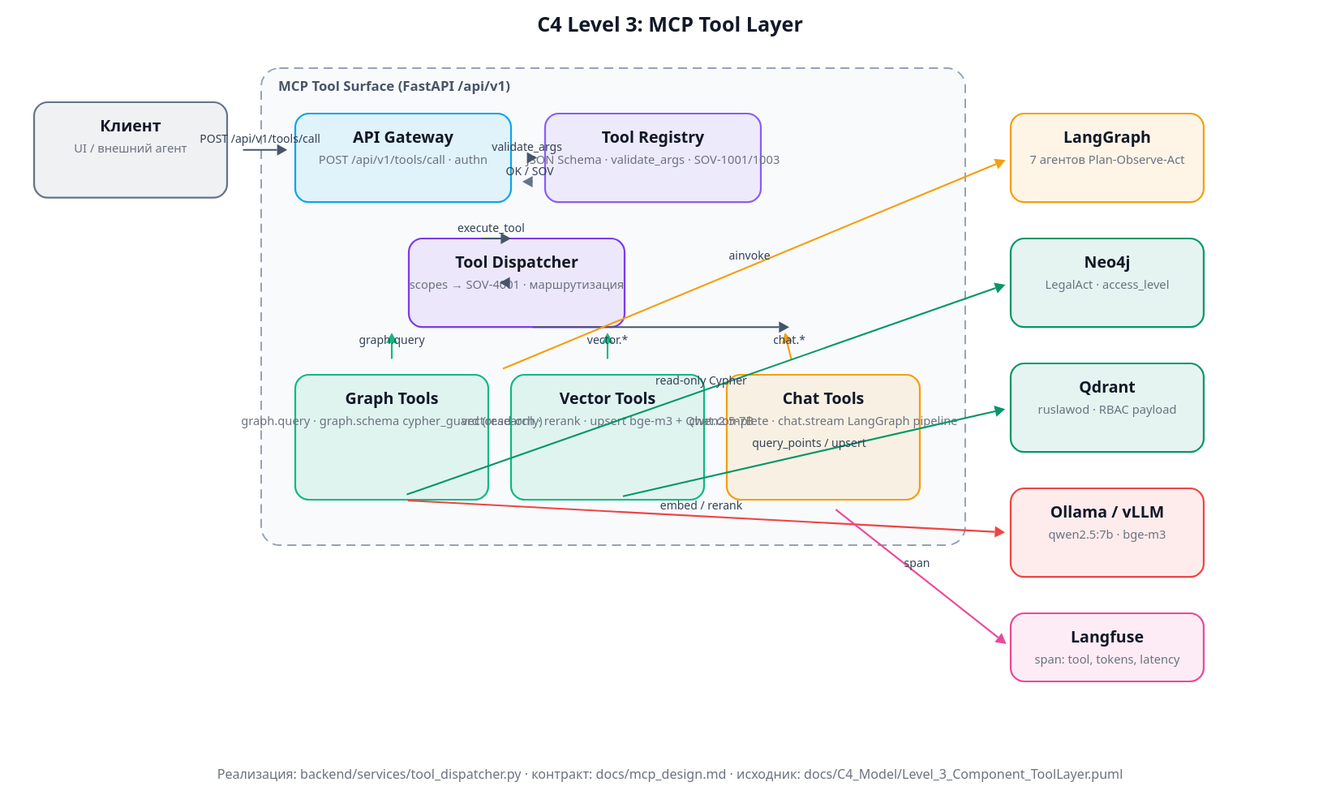
Above: docs/C4_Model/Level_3_Component_ToolLayer.svg in NikGeekB2001/Sovereign-AI-Analyst (PlantUML), before the change. Its source is kept beside it as docs/C4_Model/level_3_component_toollayer.puml. Its diagram source:
```plantuml
@startuml
!includeurl https://raw.githubusercontent.com/plantuml-stdlib/C4-PlantUML/master/C4_Component.puml


title C4 Level 3: MCP Tool Layer — вызов инструментов

skinparam linetype ortho
skinparam {
    ArrowColor #555
    ArrowThickness 1.5
    ArrowFontColor #333
    RectangleBorderColor #2563eb
    RectangleFontColor #333
}


Person(client, "Клиент", "UI / внешний агент (MCP)")
System_Ext(obs, "Langfuse", "Observability (span: tool, tokens, latency, error_code)")


Container_Boundary(toolLayer, "MCP Tool Surface (FastAPI /api/v1)") {

    Component(api, "API Gateway", "FastAPI", "POST /api/v1/tools/call; аутентификация X-API-Key -> роль (переходно: user_role в теле)")

    Component(registry, "Tool Registry", "tool_registry.py", "Каталог инструментов + JSON Schema; validate_args -> SOV-1001/SOV-1003")

    Component(dispatcher, "Tool Dispatcher", "tool_dispatcher.py", "Проверка scopes по роли -> SOV-4001; маршрутизация; единая обёртка результата")

    Component(graphTools, "Graph Tools", "graph.query / graph.schema", "read-only Cypher (cypher_guard) -> Neo4j")

    Component(vectorTools, "Vector Tools", "vector.search / rerank / upsert", "Qdrant + bge-m3 (эмбеддинг), Qwen2.5-7B (реранкер); RBAC-фильтр access_level")

    Component(chatTools, "Chat Tools", "chat.complete / chat.stream", "Полный конвейер LangGraph (Plan-Observe-Act); chat.stream - фаза 3 (SSE)")
}


Container(orchestrator, "LangGraph Orchestrator", "LangGraph", "7 агентов: input_guardrail...output_guardrail")
Container(gdb, "Graph DB", "Neo4j", "LegalAct/Authority/Keyword, access_level на узлах")
Container(vdb, "Vector DB", "Qdrant", "Коллекция ruslawod, payload access_level")
Container(llm, "LLM Serving", "Ollama / vLLM", "qwen2.5:7b (LLM+judge), bge-m3 (эмбеддинги)")


Rel(client, api, "POST /api/v1/tools/call", "tool, arguments, user_role")
Rel(api, registry, "validate_args(tool, args)", "SOV-1001 / SOV-1003")
Rel(api, dispatcher, "execute_tool(tool, args, role)", "scopes -> SOV-4001")
Rel(dispatcher, graphTools, "dispatch", "graph.query / graph.schema")
Rel(dispatcher, vectorTools, "dispatch", "vector.search / rerank / upsert")
Rel(dispatcher, chatTools, "dispatch", "chat.complete / chat.stream")
Rel(graphTools, gdb, "read-only Cypher", "MATCH/RETURN; access_level по роли")
Rel(vectorTools, vdb, "query_points / upsert", "RBAC-фильтр access_level")
Rel(vectorTools, llm, "embed / rerank", "bge-m3 / Qwen2.5-7B")
Rel(chatTools, orchestrator, "ainvoke", "user_query + user_role")
Rel(chatTools, llm, "LLM-вызовы", "planner / synthesize / judge")
Rel(orchestrator, gdb, "tool_executor: Cypher", "read-only")
Rel(orchestrator, vdb, "RAG-fallback", "retriever + reranker")
Rel(api, obs, "span", "tool, tokens, latency_ms, cache_hit, error_code")
@enduml
```
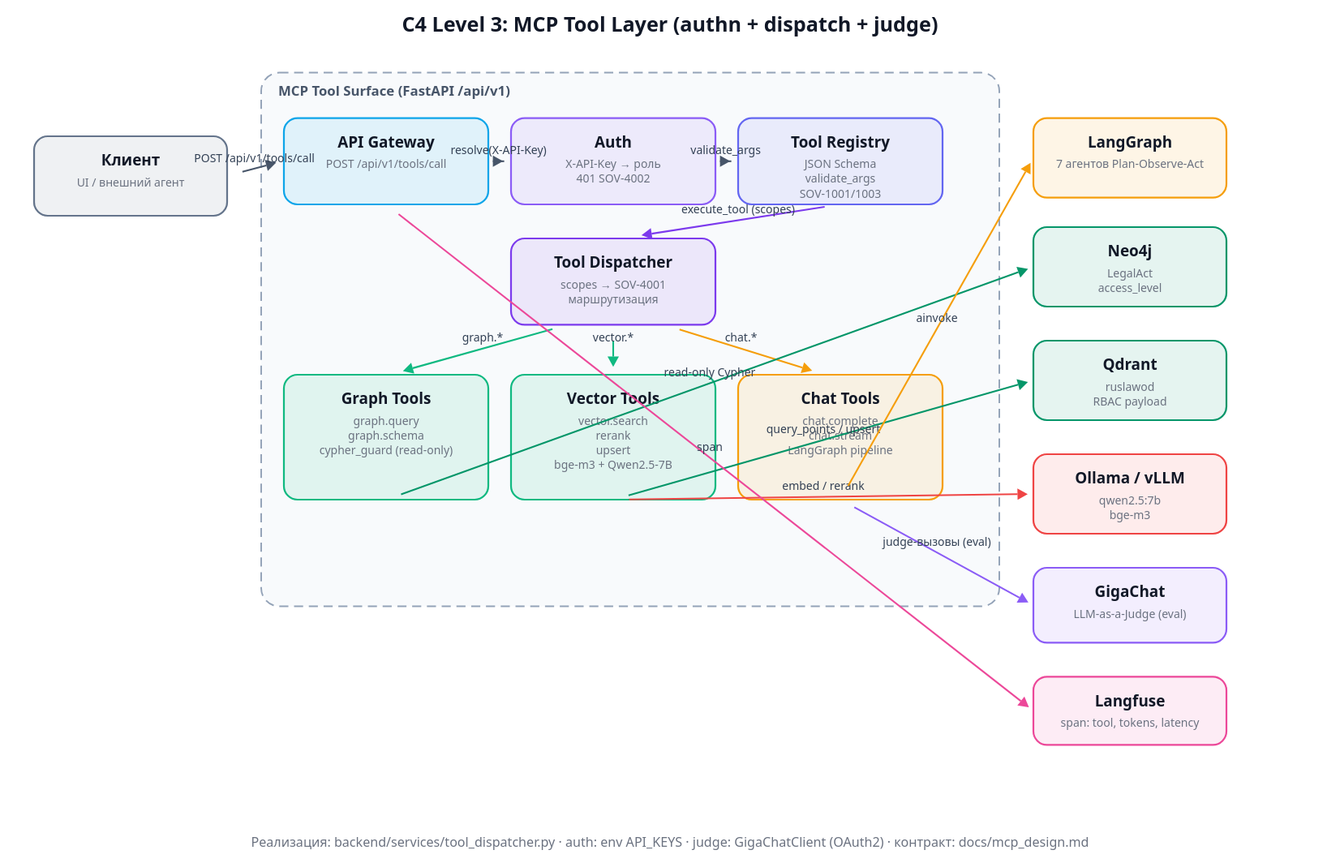
The same file after the commit.

Commit message:
Доки + диаграммы: Фаза 2 (X-API-Key -> роль, SOV-4002), GigaChat-судья, результаты eval, улучшения качества (анти-галлюцинации + дедуп)

The edit, as a diff of the source:
```diff
@@ -16,11 +16,14 @@
 
 Person(client, "Клиент", "UI / внешний агент (MCP)")
 System_Ext(obs, "Langfuse", "Observability (span: tool, tokens, latency, error_code)")
+System_Ext(judge, "GigaChat", "LLM-as-a-Judge (eval: faithfulness / relevancy / precision / recall)")
 
 
 Container_Boundary(toolLayer, "MCP Tool Surface (FastAPI /api/v1)") {
 
-    Component(api, "API Gateway", "FastAPI", "POST /api/v1/tools/call; аутентификация X-API-Key -> роль (переходно: user_role в теле)")
+    Component(api, "API Gateway", "FastAPI", "POST /api/v1/tools/call; приём tool + arguments + X-API-Key")
+
+    Component(authen, "Auth", "X-API-Key -> роль", "заголовок -> роль из env API_KEYS; без ключа - user_role из тела; невалидный ключ -> 401 SOV-4002")
 
     Component(registry, "Tool Registry", "tool_registry.py", "Каталог инструментов + JSON Schema; validate_args -> SOV-1001/SOV-1003")
 
@@ -37,11 +40,12 @@
 Container(orchestrator, "LangGraph Orchestrator", "LangGraph", "7 агентов: input_guardrail...output_guardrail")
 Container(gdb, "Graph DB", "Neo4j", "LegalAct/Authority/Keyword, access_level на узлах")
 Container(vdb, "Vector DB", "Qdrant", "Коллекция ruslawod, payload access_level")
-Container(llm, "LLM Serving", "Ollama / vLLM", "qwen2.5:7b (LLM+judge), bge-m3 (эмбеддинги)")
+Container(llm, "LLM Serving", "Ollama / vLLM", "qwen2.5:7b (генерация), bge-m3 (эмбеддинги)")
 
 
 Rel(client, api, "POST /api/v1/tools/call", "tool, arguments, user_role")
-Rel(api, registry, "validate_args(tool, args)", "SOV-1001 / SOV-1003")
+Rel(api, authen, "resolve(X-API-Key)", "роль / 401 SOV-4002")
+Rel(authen, registry, "validate_args(tool, args)", "SOV-1001 / SOV-1003")
 Rel(api, dispatcher, "execute_tool(tool, args, role)", "scopes -> SOV-4001")
 Rel(dispatcher, graphTools, "dispatch", "graph.query / graph.schema")
 Rel(dispatcher, vectorTools, "dispatch", "vector.search / rerank / upsert")
@@ -50,7 +54,8 @@
 Rel(vectorTools, vdb, "query_points / upsert", "RBAC-фильтр access_level")
 Rel(vectorTools, llm, "embed / rerank", "bge-m3 / Qwen2.5-7B")
 Rel(chatTools, orchestrator, "ainvoke", "user_query + user_role")
-Rel(chatTools, llm, "LLM-вызовы", "planner / synthesize / judge")
+Rel(chatTools, llm, "LLM-вызовы", "planner / synthesize")
+Rel(chatTools, judge, "judge-вызовы", "eval: faithfulness / relevancy")
 Rel(orchestrator, gdb, "tool_executor: Cypher", "read-only")
 Rel(orchestrator, vdb, "RAG-fallback", "retriever + reranker")
 Rel(api, obs, "span", "tool, tokens, latency_ms, cache_hit, error_code")
```
